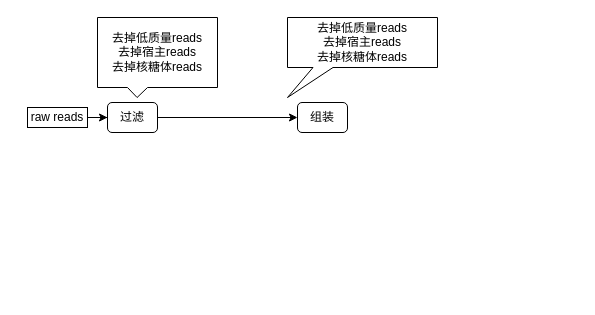
The draw.io diagram pathogen_find_pipeline.drawio in dailypartita/diagram-kaiti, before the edit. Source tidied: cells renumbered, new cells numbered last; positions are measured from the earlier drawing's top-left corner, leaving out a move shared by most shapes. Both pictures are drawn from the tidied source at 100%, with x=0, y=0 at pixel (27, 17).
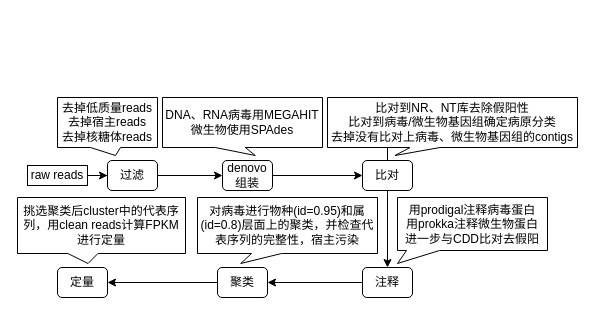
Above is the later version.

Change to the diagram source:
```diff
@@
     <mxCell id="3" value="过滤" style="rounded=1;whiteSpace=wrap;html=1;fontSize=12;glass=0;strokeWidth=1;shadow=0;" parent="1" vertex="1">
-      <mxGeometry x="80" y="85" width="50" height="30" as="geometry" />
+      <mxGeometry x="80" y="143" width="50" height="30" as="geometry" />
     </mxCell>
+    <mxCell id="9" style="edgeStyle=orthogonalEdgeStyle;rounded=0;jettySize=auto;html=1;" parent="1" edge="1" source="4" target="12">
+      <mxGeometry relative="1" as="geometry" />
+    </mxCell>
-    <mxCell id="4" value="组装" style="rounded=1;whiteSpace=wrap;html=1;fontSize=12;glass=0;strokeWidth=1;shadow=0;" parent="1" vertex="1">
-      <mxGeometry x="270" y="85" width="50" height="30" as="geometry" />
+    <mxCell id="4" value="denovo组装" style="rounded=1;whiteSpace=wrap;html=1;fontSize=12;glass=0;strokeWidth=1;shadow=0;" parent="1" vertex="1">
+      <mxGeometry x="195" y="143" width="50" height="30" as="geometry" />
     </mxCell>
@@
     <mxCell id="6" value="raw reads" style="rounded=0;whiteSpace=wrap;html=1;" parent="1" vertex="1">
-      <mxGeometry y="90" width="60" height="20" as="geometry" />
+      <mxGeometry y="148" width="60" height="20" as="geometry" />
     </mxCell>
-    <mxCell id="7" value="去掉低质量reads&lt;br&gt;去掉宿主reads&lt;br&gt;去掉核糖体reads" style="shape=callout;whiteSpace=wrap;html=1;perimeter=calloutPerimeter;position2=0.33;size=10;position=0.25;base=20;" parent="1" vertex="1">
-      <mxGeometry x="70" width="120" height="80" as="geometry" />
+    <mxCell id="7" value="去掉低质量reads&lt;br&gt;去掉宿主reads&lt;br&gt;去掉核糖体reads" style="shape=callout;whiteSpace=wrap;html=1;perimeter=calloutPerimeter;position2=0.58;size=8;position=0.33;base=30;" parent="1" vertex="1">
+      <mxGeometry x="30" y="80" width="100" height="58" as="geometry" />
     </mxCell>
-    <mxCell id="8" value="去掉低质量reads&lt;br&gt;去掉宿主reads&lt;br&gt;去掉核糖体reads" style="shape=callout;whiteSpace=wrap;html=1;perimeter=calloutPerimeter;position2=0;size=30;position=0.17;" parent="1" vertex="1">
-      <mxGeometry x="260" width="150" height="80" as="geometry" />
-    </mxCell>
+    <mxCell id="10" value="DNA、RNA病毒用MEGAHIT&lt;br&gt;&lt;div&gt;&lt;span&gt;微生物使用SPAdes&lt;/span&gt;&lt;/div&gt;" style="shape=callout;whiteSpace=wrap;html=1;perimeter=calloutPerimeter;position2=0.58;size=8;position=0.33;base=30;" parent="1" vertex="1">
+      <mxGeometry x="135" y="80" width="160" height="58" as="geometry" />
+    </mxCell>
+    <mxCell id="11" style="edgeStyle=orthogonalEdgeStyle;rounded=0;jettySize=auto;html=1;" parent="1" edge="1" target="15">
+      <mxGeometry relative="1" as="geometry">
+        <mxPoint x="360" y="119" as="sourcePoint" />
+        <Array as="points">
+          <mxPoint x="360" y="176" />
+          <mxPoint x="360" y="176" />
+        </Array>
+      </mxGeometry>
+    </mxCell>
+    <mxCell id="12" value="比对" style="rounded=1;whiteSpace=wrap;html=1;fontSize=12;glass=0;strokeWidth=1;shadow=0;" parent="1" vertex="1">
+      <mxGeometry x="335" y="143" width="50" height="30" as="geometry" />
+    </mxCell>
+    <mxCell id="13" value="比对到NR、NT库去除假阳性&lt;br&gt;比对到病毒/微生物基因组确定病原分类&lt;br&gt;去掉没有比对上病毒、微生物基因组的contigs" style="shape=callout;whiteSpace=wrap;html=1;perimeter=calloutPerimeter;position2=0.27;size=8;position=0.33;base=30;" parent="1" vertex="1">
+      <mxGeometry x="300" y="80" width="250" height="58" as="geometry" />
+    </mxCell>
+    <mxCell id="14" style="edgeStyle=orthogonalEdgeStyle;rounded=0;jettySize=auto;html=1;" parent="1" edge="1" source="15" target="18">
+      <mxGeometry relative="1" as="geometry" />
+    </mxCell>
+    <mxCell id="15" value="注释" style="rounded=1;whiteSpace=wrap;html=1;fontSize=12;glass=0;strokeWidth=1;shadow=0;" parent="1" vertex="1">
+      <mxGeometry x="335" y="250" width="50" height="30" as="geometry" />
+    </mxCell>
+    <mxCell id="16" value="用prodigal注释病毒蛋白&lt;br&gt;用prokka注释微生物蛋白&lt;br&gt;进一步与CDD比对去假阳" style="shape=callout;whiteSpace=wrap;html=1;perimeter=calloutPerimeter;position2=0;size=13;position=0.06;base=33;" parent="1" vertex="1">
+      <mxGeometry x="370" y="180" width="150" height="66" as="geometry" />
+    </mxCell>
+    <mxCell id="17" style="edgeStyle=orthogonalEdgeStyle;rounded=0;jettySize=auto;html=1;" parent="1" edge="1" source="18" target="19">
+      <mxGeometry relative="1" as="geometry" />
+    </mxCell>
+    <mxCell id="18" value="聚类" style="rounded=1;whiteSpace=wrap;html=1;fontSize=12;glass=0;strokeWidth=1;shadow=0;" parent="1" vertex="1">
+      <mxGeometry x="190" y="250" width="50" height="30" as="geometry" />
+    </mxCell>
+    <mxCell id="19" value="定量" style="rounded=1;whiteSpace=wrap;html=1;fontSize=12;glass=0;strokeWidth=1;shadow=0;" parent="1" vertex="1">
+      <mxGeometry x="30" y="250" width="50" height="30" as="geometry" />
+    </mxCell>
+    <mxCell id="20" value="对病毒进行物种(id=0.95)和属(id=0.8)层面上的聚类，并检查代表序列的完整性，宿主污染" style="shape=callout;whiteSpace=wrap;html=1;perimeter=calloutPerimeter;position2=0.24;size=10;position=0.3;base=30;" parent="1" vertex="1">
+      <mxGeometry x="170" y="180" width="180" height="66" as="geometry" />
+    </mxCell>
+    <mxCell id="21" value="挑选聚类后cluster中的代表序列，用clean reads计算FPKM进行定量" style="shape=callout;whiteSpace=wrap;html=1;perimeter=calloutPerimeter;position2=0.42;size=10;position=0.3;base=30;" parent="1" vertex="1">
+      <mxGeometry x="-10" y="180" width="168" height="66" as="geometry" />
+    </mxCell>
```
